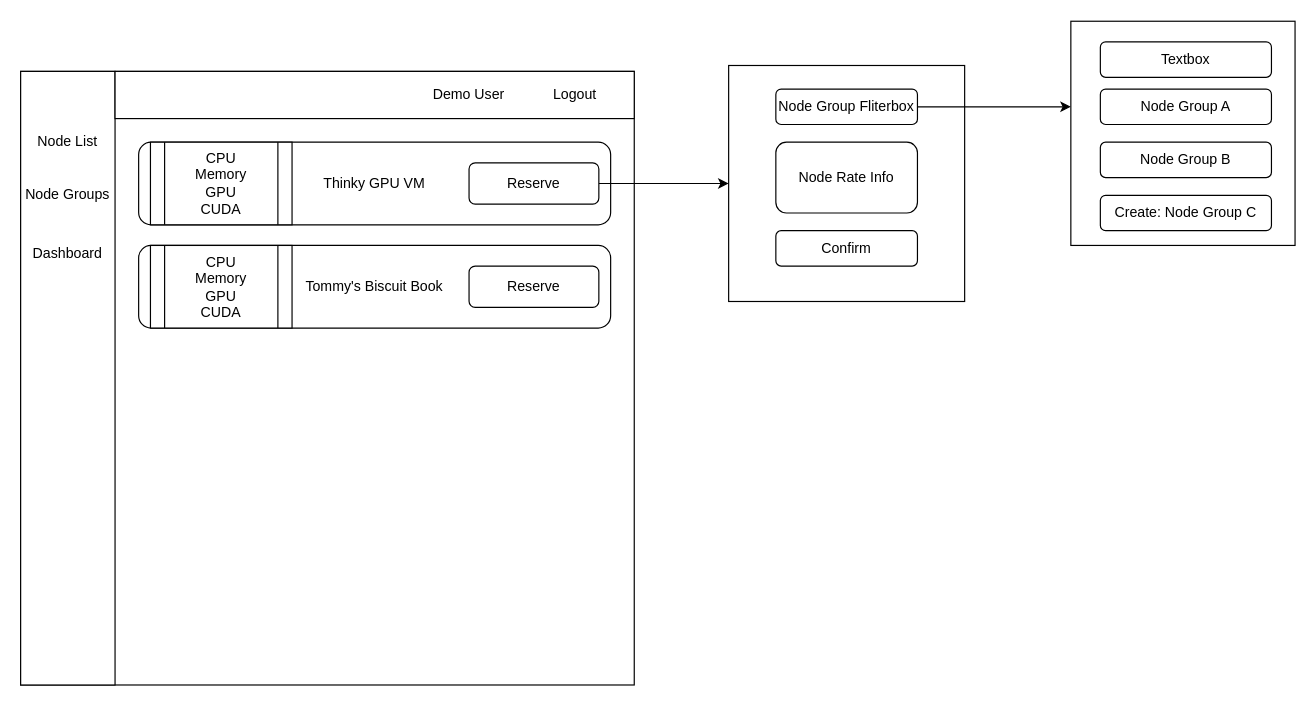
Earlier version of the draw.io diagram page "UI - Node List" (6 of 12) of flophub.drawio (flophub/docs). Source tidied: cells renumbered, new cells numbered last; positions are measured from the earlier drawing's top-left corner, leaving out a move shared by most shapes. Both pictures are drawn from the tidied source at 118%, with x=0, y=0 at pixel (20, 21).
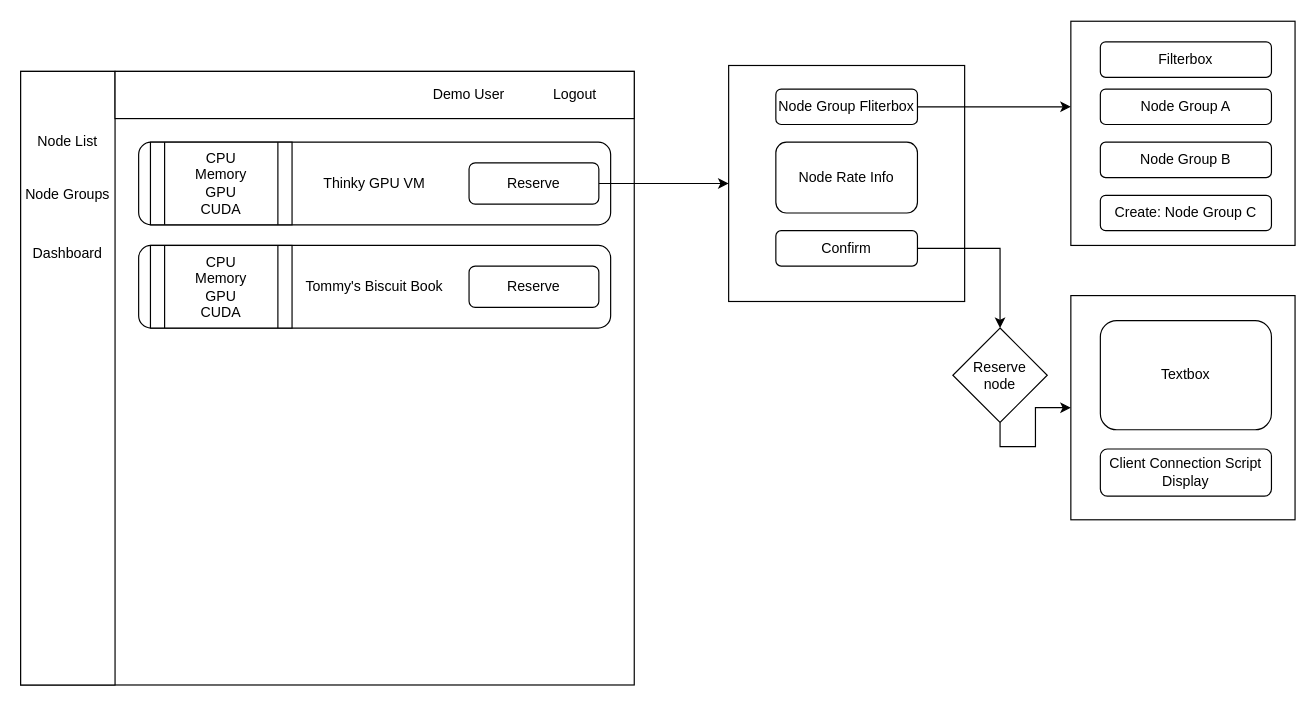
Above is the later version.

Commit message:
update client connection modal

The change refers to these unchanged cells:
```xml
<mxCell id="18" value="Confirm" style="rounded=1;whiteSpace=wrap;html=1;" parent="1" vertex="1">
  <mxGeometry x="640" y="177" width="120" height="30" as="geometry" />
</mxCell>
```

Change to the diagram source:
```diff
@@
+    <mxCell id="27" style="edgeStyle=orthogonalEdgeStyle;rounded=0;jettySize=auto;html=1;" parent="1" edge="1" source="18" target="30">
+      <mxGeometry relative="1" as="geometry" />
+    </mxCell>
@@
-    <mxCell id="23" value="Textbox" style="rounded=1;whiteSpace=wrap;html=1;" parent="1" vertex="1">
+    <mxCell id="23" value="Filterbox" style="rounded=1;whiteSpace=wrap;html=1;" parent="1" vertex="1">
       <mxGeometry x="915" y="17" width="145" height="30" as="geometry" />
     </mxCell>
@@
+    <mxCell id="28" style="whiteSpace=wrap;html=1;" parent="1" vertex="1">
+      <mxGeometry x="890" y="232" width="190" height="190" as="geometry" />
+    </mxCell>
+    <mxCell id="29" style="edgeStyle=orthogonalEdgeStyle;rounded=0;jettySize=auto;html=1;exitX=0.5;exitY=1;exitDx=0;exitDy=0;entryX=0;entryY=0.5;entryDx=0;entryDy=0;" parent="1" edge="1" source="30" target="28">
+      <mxGeometry relative="1" as="geometry">
+        <Array as="points">
+          <mxPoint x="830" y="360" />
+          <mxPoint x="860" y="360" />
+          <mxPoint x="860" y="327" />
+        </Array>
+      </mxGeometry>
+    </mxCell>
+    <mxCell id="30" value="&lt;div&gt;Reserve&lt;/div&gt;&lt;div&gt;node&lt;br&gt;&lt;/div&gt;" style="rhombus;whiteSpace=wrap;html=1;" parent="1" vertex="1">
+      <mxGeometry x="790" y="259.5" width="80" height="80" as="geometry" />
+    </mxCell>
+    <mxCell id="31" value="Textbox" style="rounded=1;whiteSpace=wrap;html=1;" parent="1" vertex="1">
+      <mxGeometry x="915" y="253.2" width="145" height="92.5" as="geometry" />
+    </mxCell>
+    <mxCell id="32" value="&lt;div&gt;Client Connection Script&lt;/div&gt;&lt;div&gt;Display&lt;br&gt;&lt;/div&gt;" style="rounded=1;whiteSpace=wrap;html=1;" parent="1" vertex="1">
+      <mxGeometry x="915" y="362" width="145" height="40" as="geometry" />
+    </mxCell>
```
